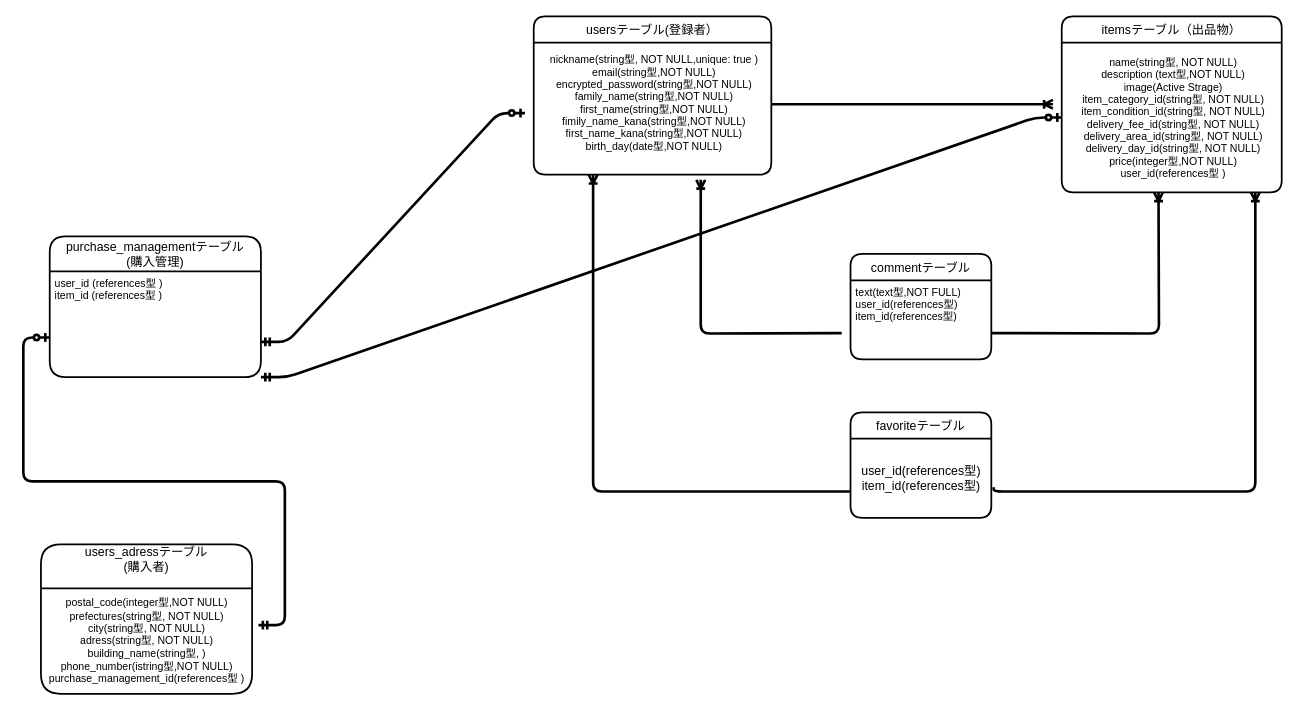
Earlier version of the draw.io diagram test.dio (JunOno09/furima-32508). Source tidied: cells renumbered, new cells numbered last; positions are measured from the earlier drawing's top-left corner, leaving out a move shared by most shapes. Both pictures are drawn from the tidied source at 88%, with x=0, y=0 at pixel (40, 16).
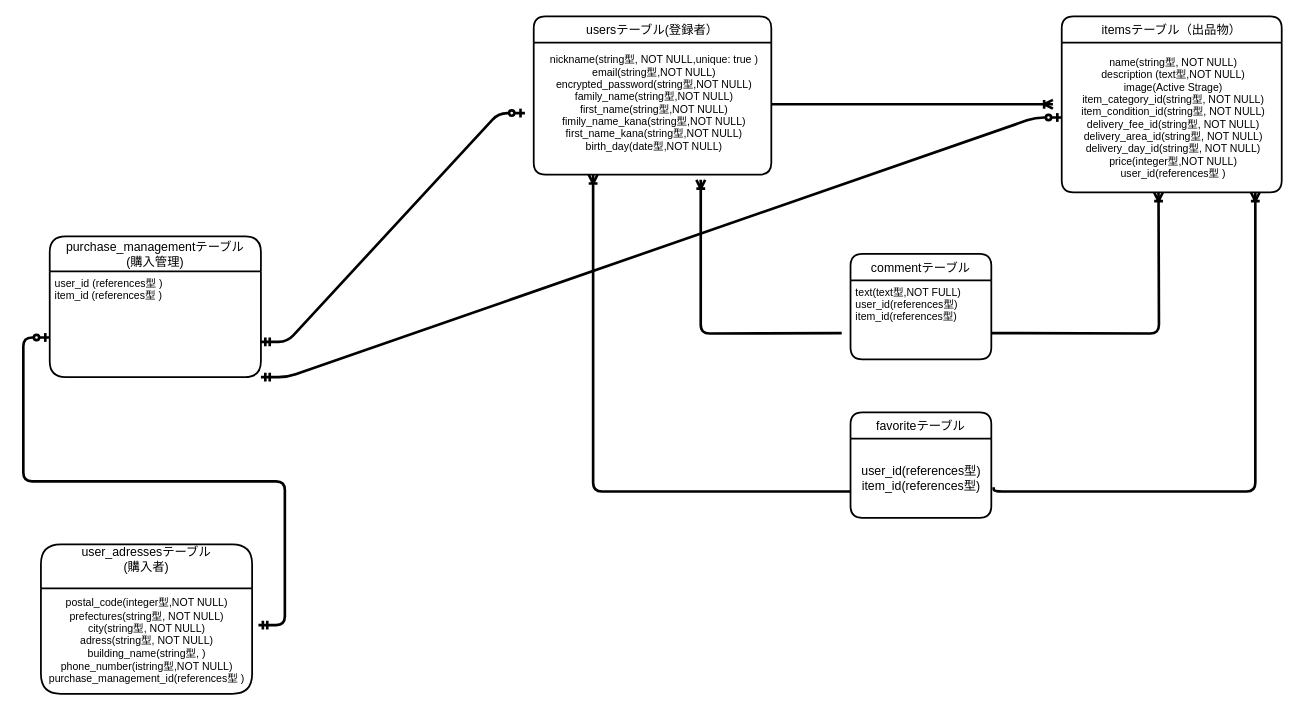
Above is the later version.

What changed in the source:
```diff
@@
-    <mxCell id="2" value="users_adressテーブル&#10;(購入者)&#10;" style="swimlane;horizontal=1;startSize=50;rounded=1;fontSize=14;fontStyle=0;strokeWidth=2;shadow=0;dashed=0;align=center;" parent="1" vertex="1">
+    <mxCell id="2" value="user_adressesテーブル&#10;(購入者)&#10;" style="swimlane;horizontal=1;startSize=50;rounded=1;fontSize=14;fontStyle=0;strokeWidth=2;shadow=0;dashed=0;align=center;" parent="1" vertex="1">
       <mxGeometry y="600" width="240" height="170" as="geometry" />
     </mxCell>
```
